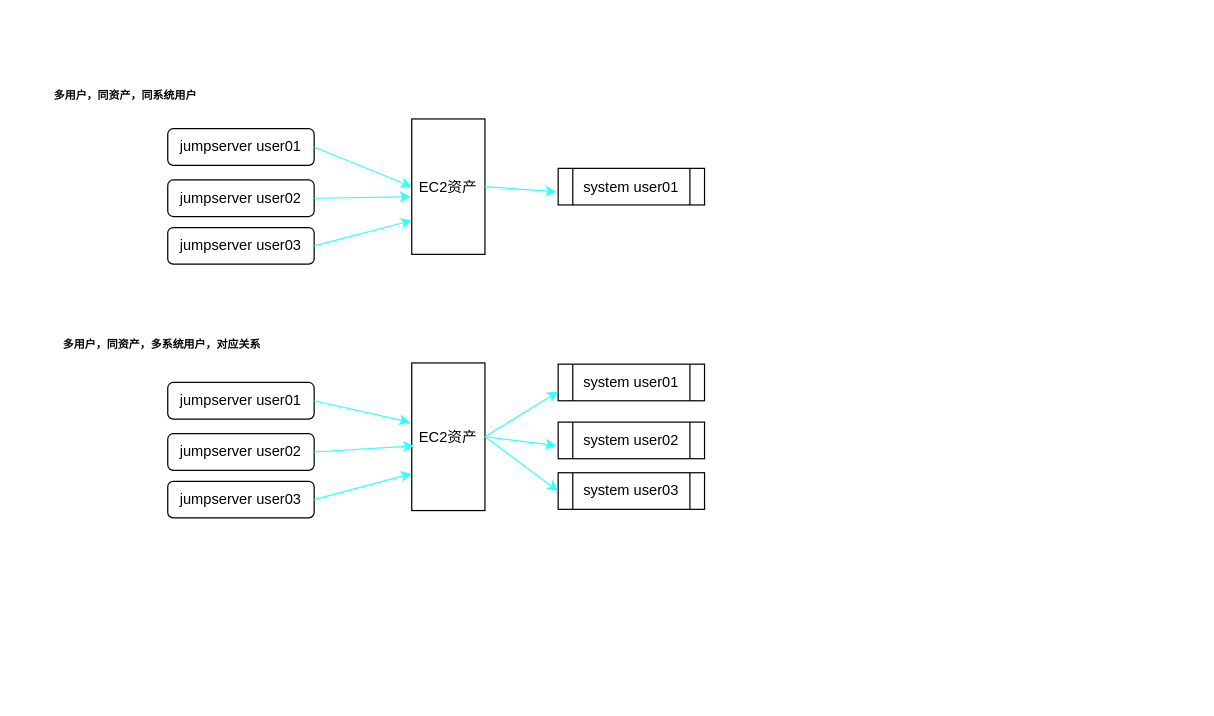
Earlier version of the draw.io diagram AWSjumpserve-授权策略.drawio (Devnull6/flowchart). Source tidied: cells renumbered, new cells numbered last; positions are measured from the earlier drawing's top-left corner, leaving out a move shared by most shapes. Both pictures are drawn from the tidied source at 122%, with x=0, y=0 at pixel (21, 77).
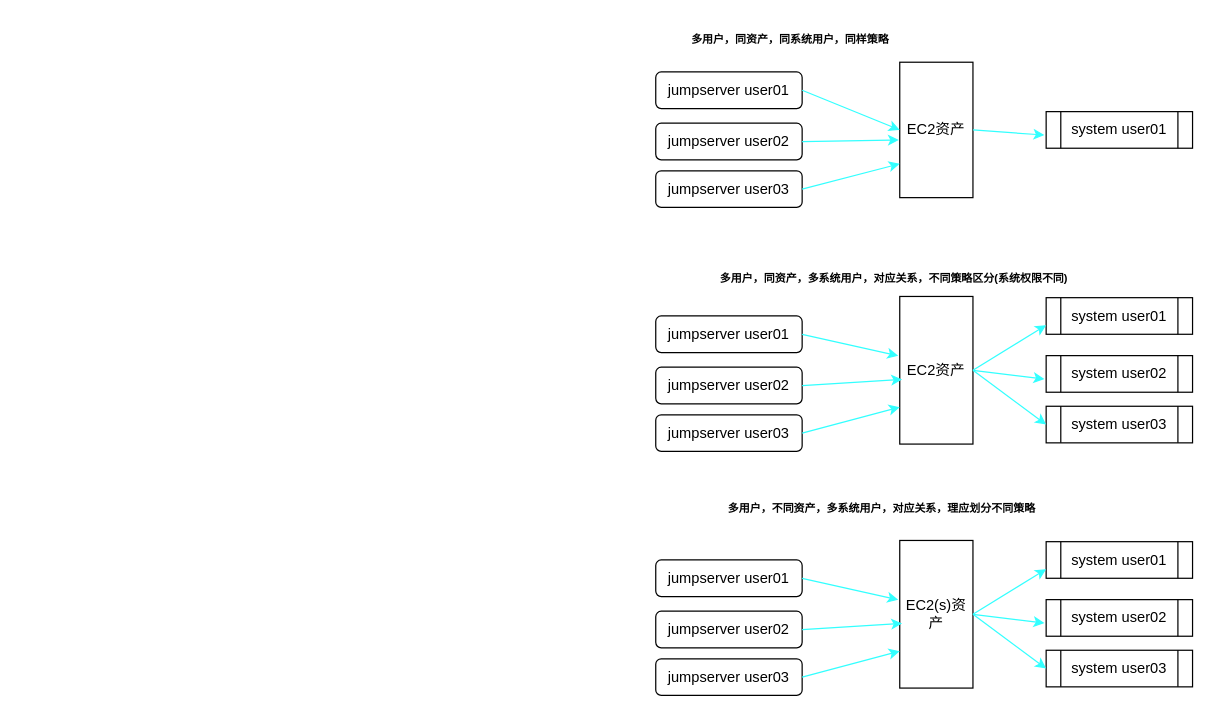
After the change.

Change to the diagram source:
```diff
@@
     <mxCell id="2" value="EC2资产" style="rounded=0;whiteSpace=wrap;html=1;direction=south;" parent="1" vertex="1">
-      <mxGeometry x="320" y="34" width="60" height="111" as="geometry" />
+      <mxGeometry x="720" y="-12.5" width="60" height="111" as="geometry" />
     </mxCell>
     <mxCell id="3" value="jumpserver user01" style="rounded=1;whiteSpace=wrap;html=1;" parent="1" vertex="1">
-      <mxGeometry x="120" y="42" width="120" height="30" as="geometry" />
+      <mxGeometry x="520" y="-4.5" width="120" height="30" as="geometry" />
     </mxCell>
     <mxCell id="4" value="jumpserver user02" style="rounded=1;whiteSpace=wrap;html=1;" parent="1" vertex="1">
-      <mxGeometry x="120" y="84" width="120" height="30" as="geometry" />
+      <mxGeometry x="520" y="37.5" width="120" height="30" as="geometry" />
     </mxCell>
     <mxCell id="5" value="jumpserver user03" style="rounded=1;whiteSpace=wrap;html=1;" parent="1" vertex="1">
-      <mxGeometry x="120" y="123" width="120" height="30" as="geometry" />
+      <mxGeometry x="520" y="76.5" width="120" height="30" as="geometry" />
     </mxCell>
@@
     <mxCell id="9" value="system user01" style="shape=process;whiteSpace=wrap;html=1;backgroundOutline=1;" parent="1" vertex="1">
-      <mxGeometry x="440" y="74.5" width="120" height="30" as="geometry" />
+      <mxGeometry x="840" y="28" width="120" height="30" as="geometry" />
     </mxCell>
@@
-    <mxCell id="11" value="多用户，同资产，同系统用户" style="text;strokeColor=none;fillColor=none;html=1;fontSize=9;fontStyle=1;verticalAlign=middle;align=center;" parent="1" vertex="1">
-      <mxGeometry width="170" height="30" as="geometry" />
+    <mxCell id="11" value="多用户，同资产，同系统用户，同样策略" style="text;strokeColor=none;fillColor=none;html=1;fontSize=9;fontStyle=1;verticalAlign=middle;align=center;" parent="1" vertex="1">
+      <mxGeometry x="520" y="-46" width="220" height="30" as="geometry" />
     </mxCell>
     <mxCell id="12" value="EC2资产" style="rounded=0;whiteSpace=wrap;html=1;direction=south;" parent="1" vertex="1">
-      <mxGeometry x="320" y="234" width="60" height="121" as="geometry" />
+      <mxGeometry x="720" y="179.5" width="60" height="121" as="geometry" />
     </mxCell>
     <mxCell id="13" value="jumpserver user01" style="rounded=1;whiteSpace=wrap;html=1;" parent="1" vertex="1">
-      <mxGeometry x="120" y="250" width="120" height="30" as="geometry" />
+      <mxGeometry x="520" y="195.5" width="120" height="30" as="geometry" />
     </mxCell>
     <mxCell id="14" value="jumpserver user02" style="rounded=1;whiteSpace=wrap;html=1;" parent="1" vertex="1">
-      <mxGeometry x="120" y="292" width="120" height="30" as="geometry" />
+      <mxGeometry x="520" y="237.5" width="120" height="30" as="geometry" />
     </mxCell>
     <mxCell id="15" value="jumpserver user03" style="rounded=1;whiteSpace=wrap;html=1;" parent="1" vertex="1">
-      <mxGeometry x="120" y="331" width="120" height="30" as="geometry" />
+      <mxGeometry x="520" y="276.5" width="120" height="30" as="geometry" />
     </mxCell>
@@
     <mxCell id="19" value="system user02" style="shape=process;whiteSpace=wrap;html=1;backgroundOutline=1;" parent="1" vertex="1">
-      <mxGeometry x="440" y="282.5" width="120" height="30" as="geometry" />
+      <mxGeometry x="840" y="228" width="120" height="30" as="geometry" />
     </mxCell>
@@
     <mxCell id="21" value="system user03" style="shape=process;whiteSpace=wrap;html=1;backgroundOutline=1;" parent="1" vertex="1">
-      <mxGeometry x="440" y="324" width="120" height="30" as="geometry" />
+      <mxGeometry x="840" y="269.5" width="120" height="30" as="geometry" />
     </mxCell>
     <mxCell id="22" value="system user01" style="shape=process;whiteSpace=wrap;html=1;backgroundOutline=1;" parent="1" vertex="1">
-      <mxGeometry x="440" y="235" width="120" height="30" as="geometry" />
+      <mxGeometry x="840" y="180.5" width="120" height="30" as="geometry" />
     </mxCell>
@@
-    <mxCell id="25" value="多用户，同资产，多系统用户，对应关系" style="text;strokeColor=none;fillColor=none;html=1;fontSize=9;fontStyle=1;verticalAlign=middle;align=center;" parent="1" vertex="1">
-      <mxGeometry y="204" width="230" height="30" as="geometry" />
+    <mxCell id="25" value="多用户，同资产，多系统用户，对应关系，不同策略区分(系统权限不同)" style="text;strokeColor=none;fillColor=none;html=1;fontSize=9;fontStyle=1;verticalAlign=middle;align=center;" parent="1" vertex="1">
+      <mxGeometry x="520" y="149.5" width="390" height="30" as="geometry" />
     </mxCell>
+    <mxCell id="26" value="EC2(s)资产" style="rounded=0;whiteSpace=wrap;html=1;direction=south;" parent="1" vertex="1">
+      <mxGeometry x="720" y="379.5" width="60" height="121" as="geometry" />
+    </mxCell>
+    <mxCell id="27" value="jumpserver user01" style="rounded=1;whiteSpace=wrap;html=1;" parent="1" vertex="1">
+      <mxGeometry x="520" y="395.5" width="120" height="30" as="geometry" />
+    </mxCell>
+    <mxCell id="28" value="jumpserver user02" style="rounded=1;whiteSpace=wrap;html=1;" parent="1" vertex="1">
+      <mxGeometry x="520" y="437.5" width="120" height="30" as="geometry" />
+    </mxCell>
+    <mxCell id="29" value="jumpserver user03" style="rounded=1;whiteSpace=wrap;html=1;" parent="1" vertex="1">
+      <mxGeometry x="520" y="476.5" width="120" height="30" as="geometry" />
+    </mxCell>
+    <mxCell id="30" style="endArrow=classic;html=1;entryX=0.402;entryY=1.021;entryDx=0;entryDy=0;exitX=1;exitY=0.5;exitDx=0;exitDy=0;rounded=1;fillColor=#ffe6cc;strokeColor=#33FFFF;entryPerimeter=0;" parent="1" edge="1" source="27" target="26">
+      <mxGeometry relative="1" as="geometry" />
+    </mxCell>
+    <mxCell id="31" style="endArrow=classic;html=1;entryX=0.75;entryY=1;entryDx=0;entryDy=0;exitX=1;exitY=0.5;exitDx=0;exitDy=0;rounded=1;fillColor=#ffe6cc;strokeColor=#33FFFF;" parent="1" edge="1" source="29" target="26">
+      <mxGeometry relative="1" as="geometry" />
+    </mxCell>
+    <mxCell id="32" style="endArrow=classic;html=1;exitX=1;exitY=0.5;exitDx=0;exitDy=0;rounded=1;fillColor=#ffe6cc;strokeColor=#33FFFF;entryX=0.562;entryY=0.967;entryDx=0;entryDy=0;entryPerimeter=0;" parent="1" edge="1" source="28" target="26">
+      <mxGeometry relative="1" as="geometry" />
+    </mxCell>
+    <mxCell id="33" value="system user02" style="shape=process;whiteSpace=wrap;html=1;backgroundOutline=1;" parent="1" vertex="1">
+      <mxGeometry x="840" y="428" width="120" height="30" as="geometry" />
+    </mxCell>
+    <mxCell id="34" style="endArrow=classic;html=1;strokeColor=#33FFFF;exitX=0.5;exitY=0;exitDx=0;exitDy=0;entryX=-0.012;entryY=0.64;entryDx=0;entryDy=0;entryPerimeter=0;" parent="1" edge="1" source="26" target="33">
+      <mxGeometry relative="1" as="geometry" />
+    </mxCell>
+    <mxCell id="35" value="system user03" style="shape=process;whiteSpace=wrap;html=1;backgroundOutline=1;" parent="1" vertex="1">
+      <mxGeometry x="840" y="469.5" width="120" height="30" as="geometry" />
+    </mxCell>
+    <mxCell id="36" value="system user01" style="shape=process;whiteSpace=wrap;html=1;backgroundOutline=1;" parent="1" vertex="1">
+      <mxGeometry x="840" y="380.5" width="120" height="30" as="geometry" />
+    </mxCell>
+    <mxCell id="37" style="endArrow=classic;html=1;strokeColor=#33FFFF;exitX=0.5;exitY=0;exitDx=0;exitDy=0;entryX=0;entryY=0.75;entryDx=0;entryDy=0;" parent="1" edge="1" source="26" target="36">
+      <mxGeometry relative="1" as="geometry" />
+    </mxCell>
+    <mxCell id="38" style="endArrow=classic;html=1;strokeColor=#33FFFF;exitX=0.5;exitY=0;exitDx=0;exitDy=0;entryX=0;entryY=0.5;entryDx=0;entryDy=0;" parent="1" edge="1" source="26" target="35">
+      <mxGeometry relative="1" as="geometry" />
+    </mxCell>
+    <mxCell id="39" value="多用户，不同资产，多系统用户，对应关系，理应划分不同策略" style="text;strokeColor=none;fillColor=none;html=1;fontSize=9;fontStyle=1;verticalAlign=middle;align=center;" parent="1" vertex="1">
+      <mxGeometry x="520" y="339" width="370" height="30" as="geometry" />
+    </mxCell>
```
